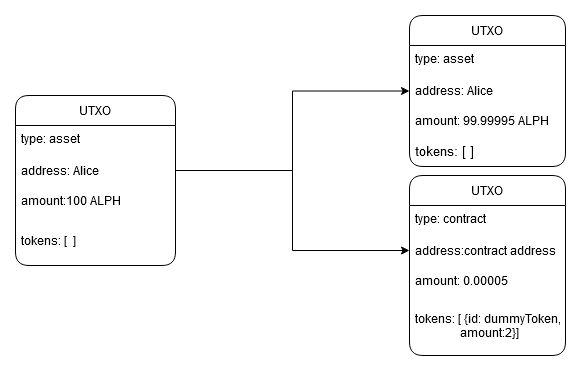
Earlier version of the draw.io export docs/assets/contract-transaction.png (alephium/voting-tutorial). Source tidied: cells renumbered, new cells last; positions are measured from the earlier drawing's top-left corner, leaving out a move shared by most shapes.
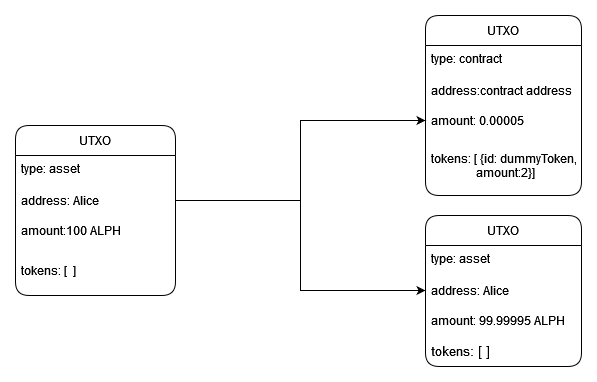
The same file after the commit.

Commit message:
Invert UTXOs in contract tx diagram

Diff of the diagram source:
```diff
@@ -17,41 +17,41 @@
     <mxCell id="6" value="tokens: [  ]" style="text;strokeColor=none;fillColor=none;align=left;verticalAlign=middle;spacingLeft=4;spacingRight=4;overflow=hidden;rounded=1;fontSize=12;" parent="2" vertex="1">
       <mxGeometry y="120" width="160" height="50" as="geometry" />
     </mxCell>
-    <mxCell id="7" value="UTXO" style="swimlane;fontStyle=0;horizontal=1;startSize=30;rounded=1;" parent="1" vertex="1">
-      <mxGeometry x="394" width="156" height="151" as="geometry" />
-    </mxCell>
+    <mxCell id="17" style="edgeStyle=orthogonalEdgeStyle;rounded=0;jettySize=auto;html=1;endArrow=classic;endFill=1;entryX=0;entryY=0.5;entryDx=0;entryDy=0;" parent="1" edge="1" source="4" target="15">
+      <mxGeometry relative="1" as="geometry" />
+    </mxCell>
+    <mxCell id="18" style="edgeStyle=orthogonalEdgeStyle;rounded=0;jettySize=auto;html=1;endArrow=classic;endFill=1;entryX=0;entryY=0.5;entryDx=0;entryDy=0;" parent="1" edge="1" source="4" target="9">
+      <mxGeometry relative="1" as="geometry" />
+    </mxCell>
+    <mxCell id="19" value="UTXO" style="swimlane;fontStyle=0;horizontal=1;startSize=30;rounded=1;" parent="1" vertex="1">
+      <mxGeometry x="410" y="-30" width="156" height="180" as="geometry" />
+    </mxCell>
+    <mxCell id="13" value="type: contract" style="text;strokeColor=none;fillColor=none;spacingLeft=4;spacingRight=4;overflow=hidden;fontSize=12;rounded=1;" parent="19" vertex="1">
+      <mxGeometry y="30" width="156" height="30" as="geometry" />
+    </mxCell>
+    <mxCell id="14" value="address:contract address" style="text;strokeColor=none;fillColor=none;align=left;verticalAlign=middle;spacingLeft=4;spacingRight=4;overflow=hidden;points=[[0,0.5],[1,0.5]];portConstraint=eastwest;rounded=1;" parent="19" vertex="1">
+      <mxGeometry y="60" width="156" height="30" as="geometry" />
+    </mxCell>
+    <mxCell id="15" value="amount: 0.00005" style="text;strokeColor=none;fillColor=none;align=left;verticalAlign=middle;spacingLeft=4;spacingRight=4;overflow=hidden;points=[[0,0.5],[1,0.5]];portConstraint=eastwest;rounded=1;" parent="19" vertex="1">
+      <mxGeometry y="90" width="156" height="30" as="geometry" />
+    </mxCell>
+    <mxCell id="16" value="tokens: [ {id: dummyToken,&#10;               amount:2}]" style="text;strokeColor=none;fillColor=none;align=left;verticalAlign=middle;spacingLeft=4;spacingRight=4;overflow=hidden;rounded=1;fontSize=12;" parent="19" vertex="1">
+      <mxGeometry y="120" width="156" height="60" as="geometry" />
+    </mxCell>
+    <mxCell id="20" value="UTXO" style="swimlane;fontStyle=0;horizontal=1;startSize=30;rounded=1;" parent="1" vertex="1">
+      <mxGeometry x="410" y="170" width="156" height="151" as="geometry" />
+    </mxCell>
-    <mxCell id="8" value="type: asset" style="text;strokeColor=none;fillColor=none;spacingLeft=4;spacingRight=4;overflow=hidden;fontSize=12;rounded=1;" parent="7" vertex="1">
+    <mxCell id="8" value="type: asset" style="text;strokeColor=none;fillColor=none;spacingLeft=4;spacingRight=4;overflow=hidden;fontSize=12;rounded=1;" parent="20" vertex="1">
       <mxGeometry y="30" width="156" height="30" as="geometry" />
     </mxCell>
-    <mxCell id="9" value="address: Alice" style="text;strokeColor=none;fillColor=none;align=left;verticalAlign=middle;spacingLeft=4;spacingRight=4;overflow=hidden;points=[[0,0.5],[1,0.5]];portConstraint=eastwest;rounded=1;" parent="7" vertex="1">
+    <mxCell id="9" value="address: Alice" style="text;strokeColor=none;fillColor=none;align=left;verticalAlign=middle;spacingLeft=4;spacingRight=4;overflow=hidden;points=[[0,0.5],[1,0.5]];portConstraint=eastwest;rounded=1;" parent="20" vertex="1">
       <mxGeometry y="60" width="156" height="30" as="geometry" />
     </mxCell>
-    <mxCell id="10" value="amount: 99.99995 ALPH" style="text;strokeColor=none;fillColor=none;align=left;verticalAlign=middle;spacingLeft=4;spacingRight=4;overflow=hidden;rounded=1;" parent="7" vertex="1">
+    <mxCell id="10" value="amount: 99.99995 ALPH" style="text;strokeColor=none;fillColor=none;align=left;verticalAlign=middle;spacingLeft=4;spacingRight=4;overflow=hidden;rounded=1;" parent="20" vertex="1">
       <mxGeometry y="90" width="156" height="30" as="geometry" />
     </mxCell>
-    <mxCell id="11" value="tokens: [ ]" style="text;strokeColor=none;fillColor=none;align=left;verticalAlign=middle;spacingLeft=4;spacingRight=4;overflow=hidden;rounded=1;fontSize=13;" parent="7" vertex="1">
+    <mxCell id="11" value="tokens: [ ]" style="text;strokeColor=none;fillColor=none;align=left;verticalAlign=middle;spacingLeft=4;spacingRight=4;overflow=hidden;rounded=1;fontSize=13;" parent="20" vertex="1">
       <mxGeometry y="120" width="156" height="31" as="geometry" />
     </mxCell>
-    <mxCell id="12" value="UTXO" style="swimlane;fontStyle=0;horizontal=1;startSize=30;rounded=1;" parent="1" vertex="1">
-      <mxGeometry x="394" y="160" width="156" height="180" as="geometry" />
-    </mxCell>
-    <mxCell id="13" value="type: contract" style="text;strokeColor=none;fillColor=none;spacingLeft=4;spacingRight=4;overflow=hidden;fontSize=12;rounded=1;" parent="12" vertex="1">
-      <mxGeometry y="30" width="156" height="30" as="geometry" />
-    </mxCell>
-    <mxCell id="14" value="address:contract address" style="text;strokeColor=none;fillColor=none;align=left;verticalAlign=middle;spacingLeft=4;spacingRight=4;overflow=hidden;points=[[0,0.5],[1,0.5]];portConstraint=eastwest;rounded=1;" parent="12" vertex="1">
-      <mxGeometry y="60" width="156" height="30" as="geometry" />
-    </mxCell>
-    <mxCell id="15" value="amount: 0.00005" style="text;strokeColor=none;fillColor=none;align=left;verticalAlign=middle;spacingLeft=4;spacingRight=4;overflow=hidden;points=[[0,0.5],[1,0.5]];portConstraint=eastwest;rounded=1;" parent="12" vertex="1">
-      <mxGeometry y="90" width="156" height="30" as="geometry" />
-    </mxCell>
-    <mxCell id="16" value="tokens: [ {id: dummyToken,&#10;               amount:2}]" style="text;strokeColor=none;fillColor=none;align=left;verticalAlign=middle;spacingLeft=4;spacingRight=4;overflow=hidden;rounded=1;fontSize=12;" parent="12" vertex="1">
-      <mxGeometry y="120" width="156" height="60" as="geometry" />
-    </mxCell>
-    <mxCell id="17" style="edgeStyle=orthogonalEdgeStyle;rounded=0;jettySize=auto;html=1;endArrow=classic;endFill=1;" parent="1" edge="1" source="4" target="7">
-      <mxGeometry relative="1" as="geometry" />
-    </mxCell>
-    <mxCell id="18" style="edgeStyle=orthogonalEdgeStyle;rounded=0;jettySize=auto;html=1;endArrow=classic;endFill=1;entryX=0;entryY=0.5;entryDx=0;entryDy=0;" parent="1" edge="1" source="4" target="14">
-      <mxGeometry relative="1" as="geometry" />
-    </mxCell>
   </root>
 </mxGraphModel>
```
